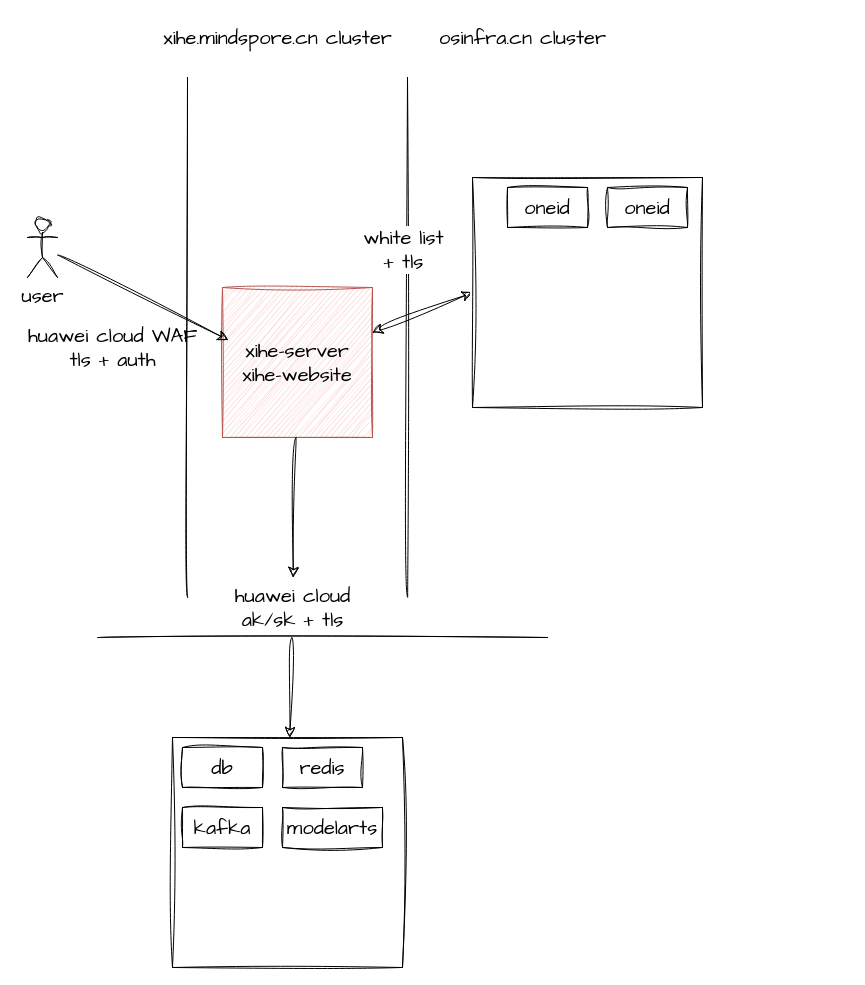
pkking/mydrawio keeps this draw.io diagram as xihe-deploy.drawio. Above is the earlier version. Source tidied: cells renumbered, new cells numbered last; positions are measured from the earlier drawing's top-left corner, leaving out a move shared by most shapes. Both pictures are drawn from the tidied source at 100%, with x=0, y=0 at pixel (17, 17).
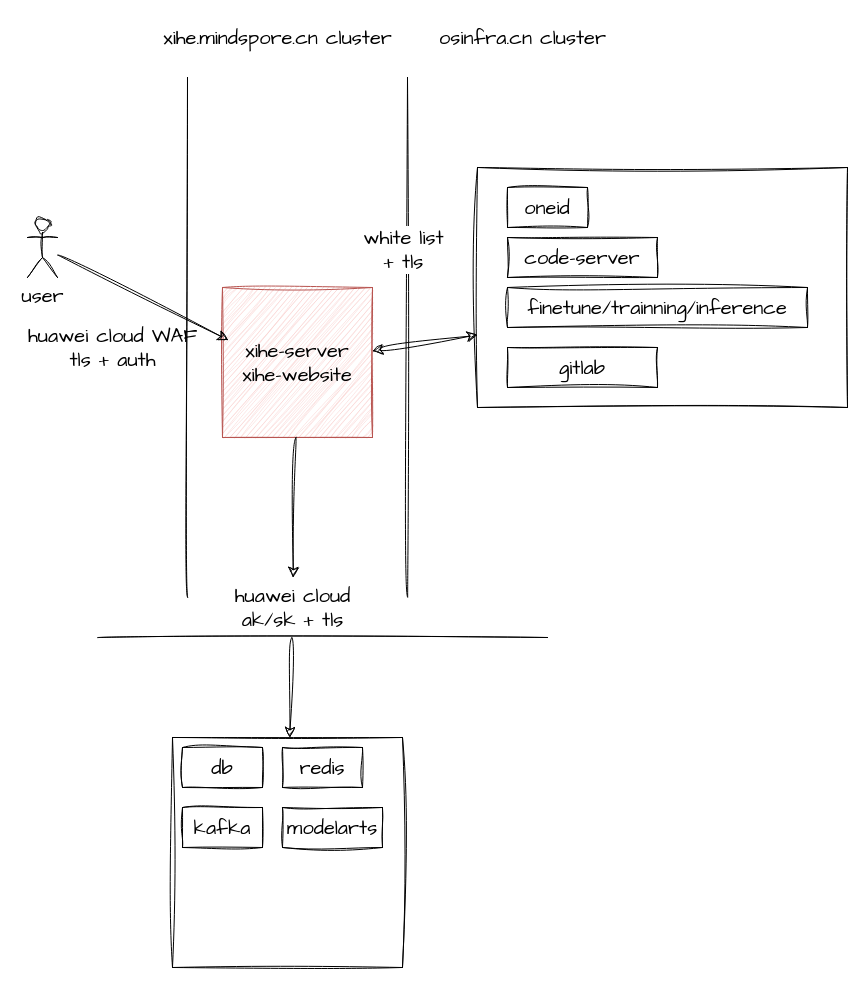
The same diagram, later.

Unchanged cells that the change refers to:
```xml
<mxCell id="4" value="xihe-server&lt;br&gt;xihe-website" style="whiteSpace=wrap;html=1;sketch=1;hachureGap=4;jiggle=2;curveFitting=1;fontFamily=Architects Daughter;fontSize=20;fillColor=#f8cecc;strokeColor=#b85450;" parent="1" vertex="1">
  <mxGeometry x="205" y="270" width="150" height="150" as="geometry" />
</mxCell>
```

The edit, as a diff of the source:
```diff
@@
+    <mxCell id="24" style="rounded=0;whiteSpace=wrap;html=1;sketch=1;hachureGap=4;jiggle=2;curveFitting=1;fontFamily=Architects Daughter;fontSize=20;" parent="1" vertex="1">
+      <mxGeometry x="460" y="150" width="370" height="240" as="geometry" />
+    </mxCell>
-    <mxCell id="2" style="edgeStyle=none;curved=1;rounded=0;sketch=1;hachureGap=4;jiggle=2;curveFitting=1;jettySize=auto;html=1;entryX=0;entryY=0.5;entryDx=0;entryDy=0;fontFamily=Architects Daughter;fontSize=16;startSize=8;endSize=8;startArrow=classic;startFill=1;" parent="1" edge="1" source="4" target="10">
-      <mxGeometry relative="1" as="geometry" />
+    <mxCell id="2" style="edgeStyle=none;curved=1;rounded=0;sketch=1;hachureGap=4;jiggle=2;curveFitting=1;jettySize=auto;html=1;entryX=0;entryY=0.5;entryDx=0;entryDy=0;fontFamily=Architects Daughter;fontSize=16;startSize=8;endSize=8;startArrow=classic;startFill=1;" parent="1" edge="1" source="4">
+      <mxGeometry relative="1" as="geometry">
+        <mxPoint x="460" y="317.5" as="targetPoint" />
+      </mxGeometry>
     </mxCell>
@@
-    <mxCell id="10" style="whiteSpace=wrap;html=1;sketch=1;hachureGap=4;jiggle=2;curveFitting=1;fontFamily=Architects Daughter;fontSize=20;" parent="1" vertex="1">
-      <mxGeometry x="455" y="160" width="230" height="230" as="geometry" />
-    </mxCell>
@@
-    <mxCell id="15" value="oneid" style="rounded=0;whiteSpace=wrap;html=1;sketch=1;hachureGap=4;jiggle=2;curveFitting=1;fontFamily=Architects Daughter;fontSize=20;" parent="1" vertex="1">
-      <mxGeometry x="590" y="170" width="80" height="40" as="geometry" />
+    <mxCell id="15" value="finetune/trainning/inference" style="rounded=0;whiteSpace=wrap;html=1;sketch=1;hachureGap=4;jiggle=2;curveFitting=1;fontFamily=Architects Daughter;fontSize=20;" parent="1" vertex="1">
+      <mxGeometry x="490" y="270" width="300" height="40" as="geometry" />
     </mxCell>
@@
+    <mxCell id="25" value="code-server" style="rounded=0;whiteSpace=wrap;html=1;sketch=1;hachureGap=4;jiggle=2;curveFitting=1;fontFamily=Architects Daughter;fontSize=20;" parent="1" vertex="1">
+      <mxGeometry x="490" y="220" width="150" height="40" as="geometry" />
+    </mxCell>
+    <mxCell id="26" value="gitlab" style="rounded=0;whiteSpace=wrap;html=1;sketch=1;hachureGap=4;jiggle=2;curveFitting=1;fontFamily=Architects Daughter;fontSize=20;" parent="1" vertex="1">
+      <mxGeometry x="490" y="330" width="150" height="40" as="geometry" />
+    </mxCell>
```
